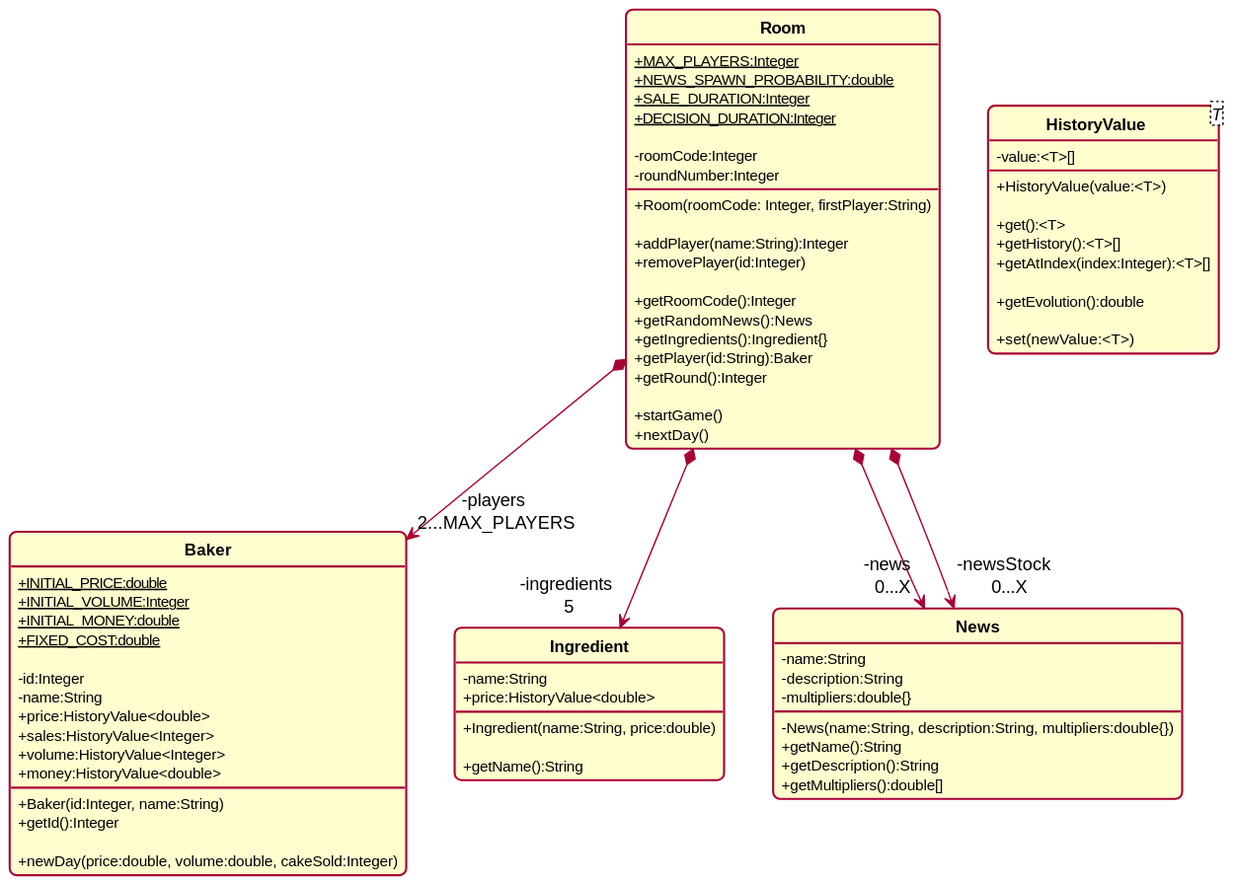
Les-Scrums-Masters/CakeIt keeps this PlantUML diagram as diagrammeDeClasse.svg. Above is the earlier version.
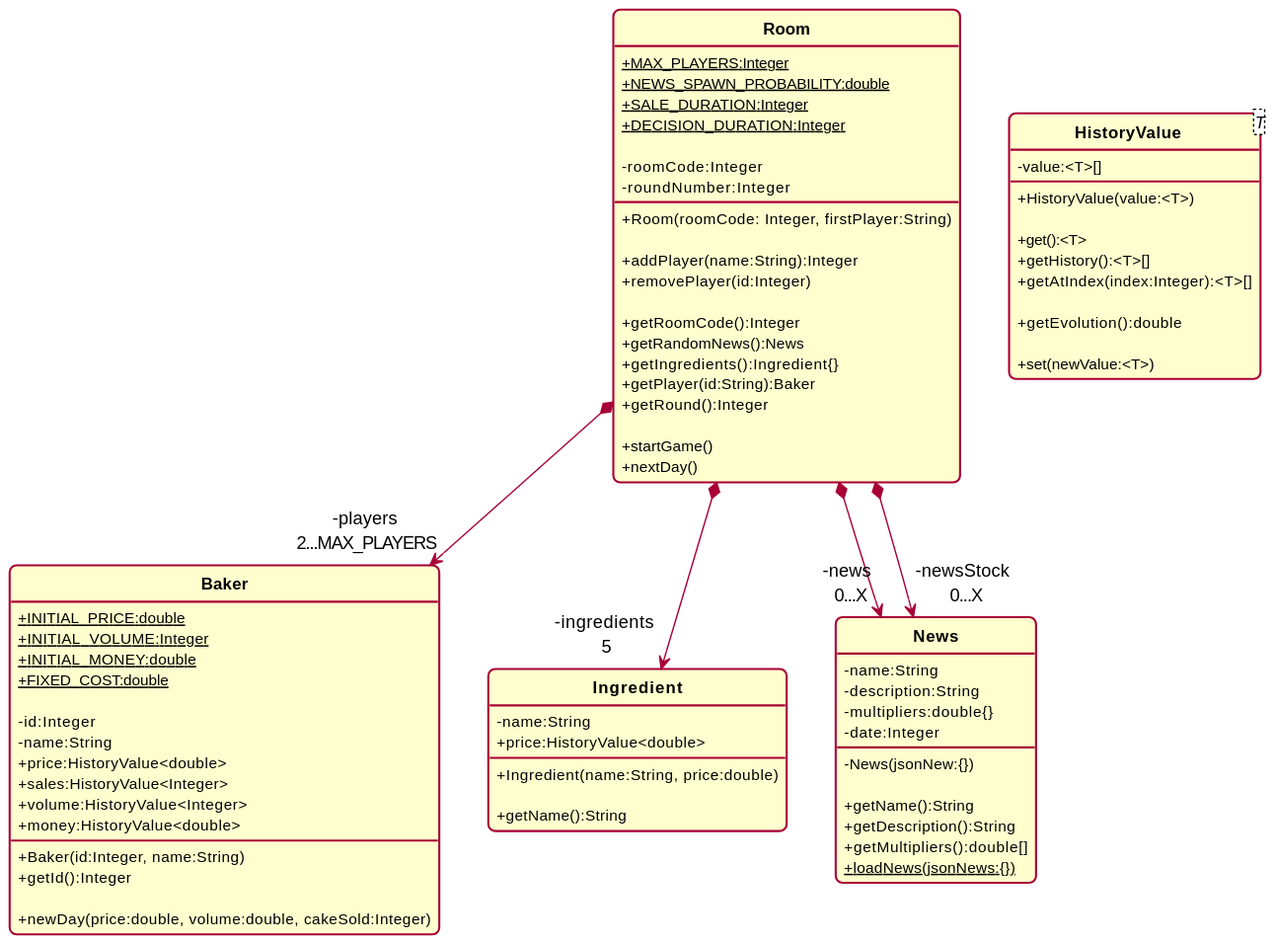
The same file after the commit.

Commit message:
resolved return type in News class

Change to the diagram source:
```diff
@@ -68,17 +68,17 @@
 }
 
 class News {
-
     - name:String
     - description:String
     - multipliers:double{}
+    - date:Integer
 
-    - News(name:String, description:String, multipliers:double{})
+    - News(jsonNew:{})
 
     + getName():String
     + getDescription():String
     + getMultipliers():double[]
-
+    + {static}loadNews(jsonNews:{})
 }
 
 class HistoryValue<T> {
```
